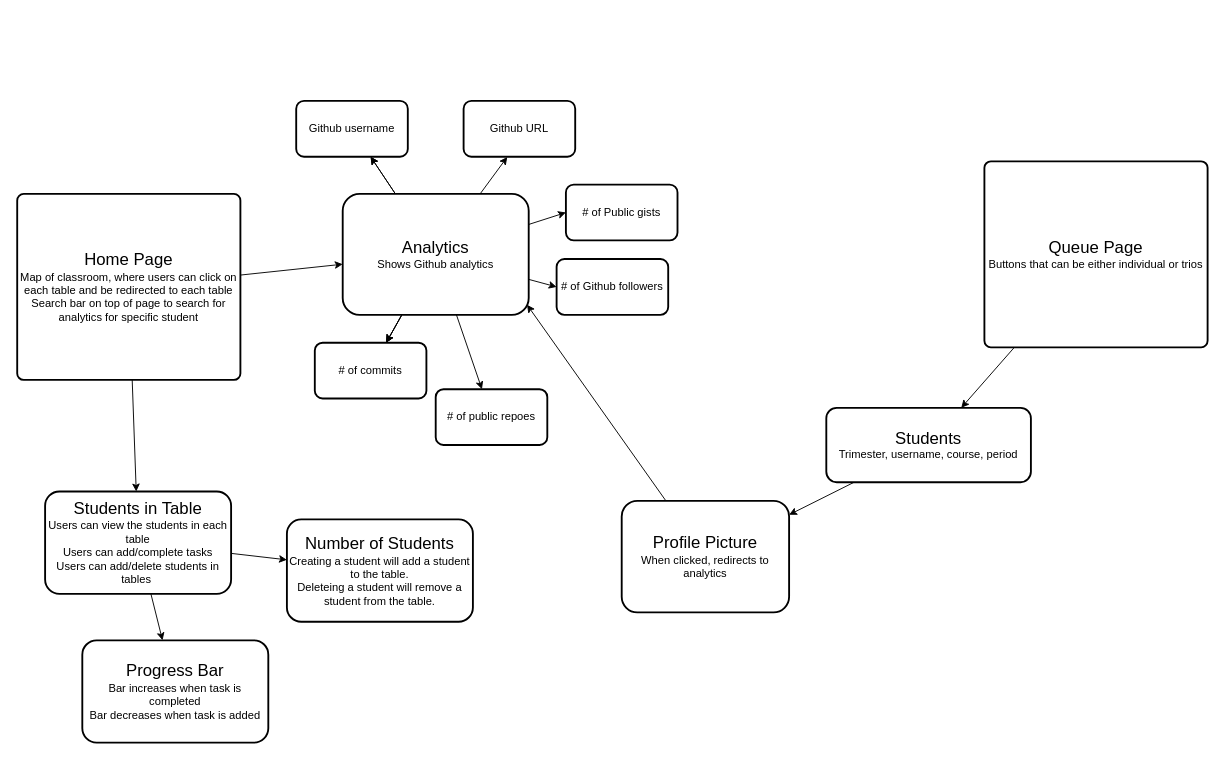
The draw.io diagram _posts/StudentTable.drawio in nitinsandiego/NitinBstudent_2025, before the edit. Source tidied: cells renumbered, new cells numbered last; positions are measured from the earlier drawing's top-left corner, leaving out a move shared by most shapes. Both pictures are drawn from the tidied source at 93%, with x=0, y=0 at pixel (17, 100).
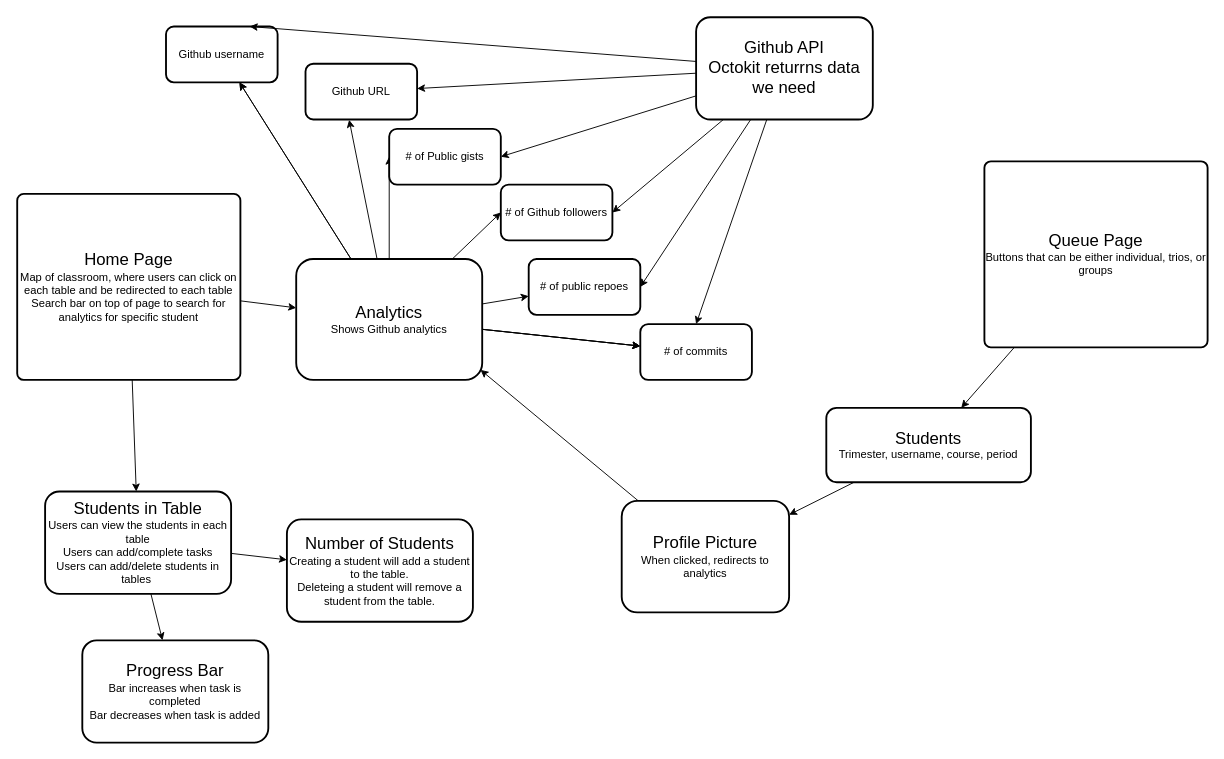
The same diagram, later.

Diff of the diagram source:
```diff
@@
     <mxCell id="14" value="&lt;span style=&quot;font-size: 18px;&quot;&gt;Analytics&lt;/span&gt;&lt;br&gt;Shows Github analytics" style="whiteSpace=wrap;html=1;rounded=1;arcSize=14;strokeWidth=2;" parent="1" vertex="1">
-      <mxGeometry x="350" y="100" width="200" height="130" as="geometry" />
+      <mxGeometry x="300" y="170" width="200" height="130" as="geometry" />
     </mxCell>
@@
     <mxCell id="20" value="# of commits" style="whiteSpace=wrap;html=1;rounded=1;arcSize=14;strokeWidth=2;" parent="1" vertex="1">
-      <mxGeometry x="320" y="260" width="120" height="60" as="geometry" />
+      <mxGeometry x="670" y="240" width="120" height="60" as="geometry" />
     </mxCell>
     <mxCell id="21" value="# of public repoes" style="whiteSpace=wrap;html=1;rounded=1;arcSize=14;strokeWidth=2;" parent="1" vertex="1">
-      <mxGeometry x="450" y="310" width="120" height="60" as="geometry" />
+      <mxGeometry x="550" y="170" width="120" height="60" as="geometry" />
     </mxCell>
     <mxCell id="22" value="# of Github followers" style="whiteSpace=wrap;html=1;rounded=1;arcSize=14;strokeWidth=2;" parent="1" vertex="1">
-      <mxGeometry x="580" y="170" width="120" height="60" as="geometry" />
+      <mxGeometry x="520" y="90" width="120" height="60" as="geometry" />
     </mxCell>
     <mxCell id="23" value="# of Public gists" style="whiteSpace=wrap;html=1;rounded=1;arcSize=14;strokeWidth=2;" parent="1" vertex="1">
-      <mxGeometry x="590" y="90" width="120" height="60" as="geometry" />
+      <mxGeometry x="400" y="30" width="120" height="60" as="geometry" />
     </mxCell>
     <mxCell id="24" value="Github username" style="whiteSpace=wrap;html=1;rounded=1;arcSize=14;strokeWidth=2;" parent="1" vertex="1">
-      <mxGeometry x="300" width="120" height="60" as="geometry" />
+      <mxGeometry x="160" y="-80" width="120" height="60" as="geometry" />
     </mxCell>
     <mxCell id="25" value="Github URL" style="whiteSpace=wrap;html=1;rounded=1;arcSize=14;strokeWidth=2;" parent="1" vertex="1">
-      <mxGeometry x="480" width="120" height="60" as="geometry" />
+      <mxGeometry x="310" y="-40" width="120" height="60" as="geometry" />
     </mxCell>
@@
-    <mxCell id="27" value="&lt;font style=&quot;&quot;&gt;&lt;span style=&quot;font-size: 18px;&quot;&gt;Queue Page&lt;/span&gt;&lt;br&gt;Buttons that can be either individual or trios&lt;br&gt;&lt;/font&gt;" style="rounded=1;whiteSpace=wrap;html=1;absoluteArcSize=1;arcSize=14;strokeWidth=2;" parent="1" vertex="1">
+    <mxCell id="27" value="&lt;font style=&quot;&quot;&gt;&lt;span style=&quot;font-size: 18px;&quot;&gt;Queue Page&lt;/span&gt;&lt;br&gt;Buttons that can be either individual, trios, or groups&lt;br&gt;&lt;/font&gt;" style="rounded=1;whiteSpace=wrap;html=1;absoluteArcSize=1;arcSize=14;strokeWidth=2;" parent="1" vertex="1">
       <mxGeometry x="1040" y="65" width="240" height="200" as="geometry" />
     </mxCell>
@@
+    <mxCell id="32" style="edgeStyle=none;html=1;entryX=1;entryY=0.5;entryDx=0;entryDy=0;fontSize=18;" parent="1" edge="1" source="38" target="23">
+      <mxGeometry relative="1" as="geometry" />
+    </mxCell>
+    <mxCell id="33" style="edgeStyle=none;html=1;fontSize=18;" parent="1" edge="1" source="38" target="25">
+      <mxGeometry relative="1" as="geometry" />
+    </mxCell>
+    <mxCell id="34" style="edgeStyle=none;html=1;entryX=0.75;entryY=0;entryDx=0;entryDy=0;fontSize=18;" parent="1" edge="1" source="38" target="24">
+      <mxGeometry relative="1" as="geometry" />
+    </mxCell>
+    <mxCell id="35" style="edgeStyle=none;html=1;entryX=1;entryY=0.5;entryDx=0;entryDy=0;fontSize=18;" parent="1" edge="1" source="38" target="22">
+      <mxGeometry relative="1" as="geometry" />
+    </mxCell>
+    <mxCell id="36" style="edgeStyle=none;html=1;entryX=1;entryY=0.5;entryDx=0;entryDy=0;fontSize=18;" parent="1" edge="1" source="38" target="21">
+      <mxGeometry relative="1" as="geometry" />
+    </mxCell>
+    <mxCell id="37" style="edgeStyle=none;html=1;entryX=0.5;entryY=0;entryDx=0;entryDy=0;fontSize=18;" parent="1" edge="1" source="38" target="20">
+      <mxGeometry relative="1" as="geometry" />
+    </mxCell>
+    <mxCell id="38" value="&lt;font style=&quot;font-size: 18px;&quot;&gt;Github API&lt;br&gt;Octokit returrns data we need&lt;br&gt;&lt;/font&gt;" style="whiteSpace=wrap;html=1;rounded=1;arcSize=14;strokeWidth=2;" parent="1" vertex="1">
+      <mxGeometry x="730" y="-90" width="190" height="110" as="geometry" />
+    </mxCell>
```
